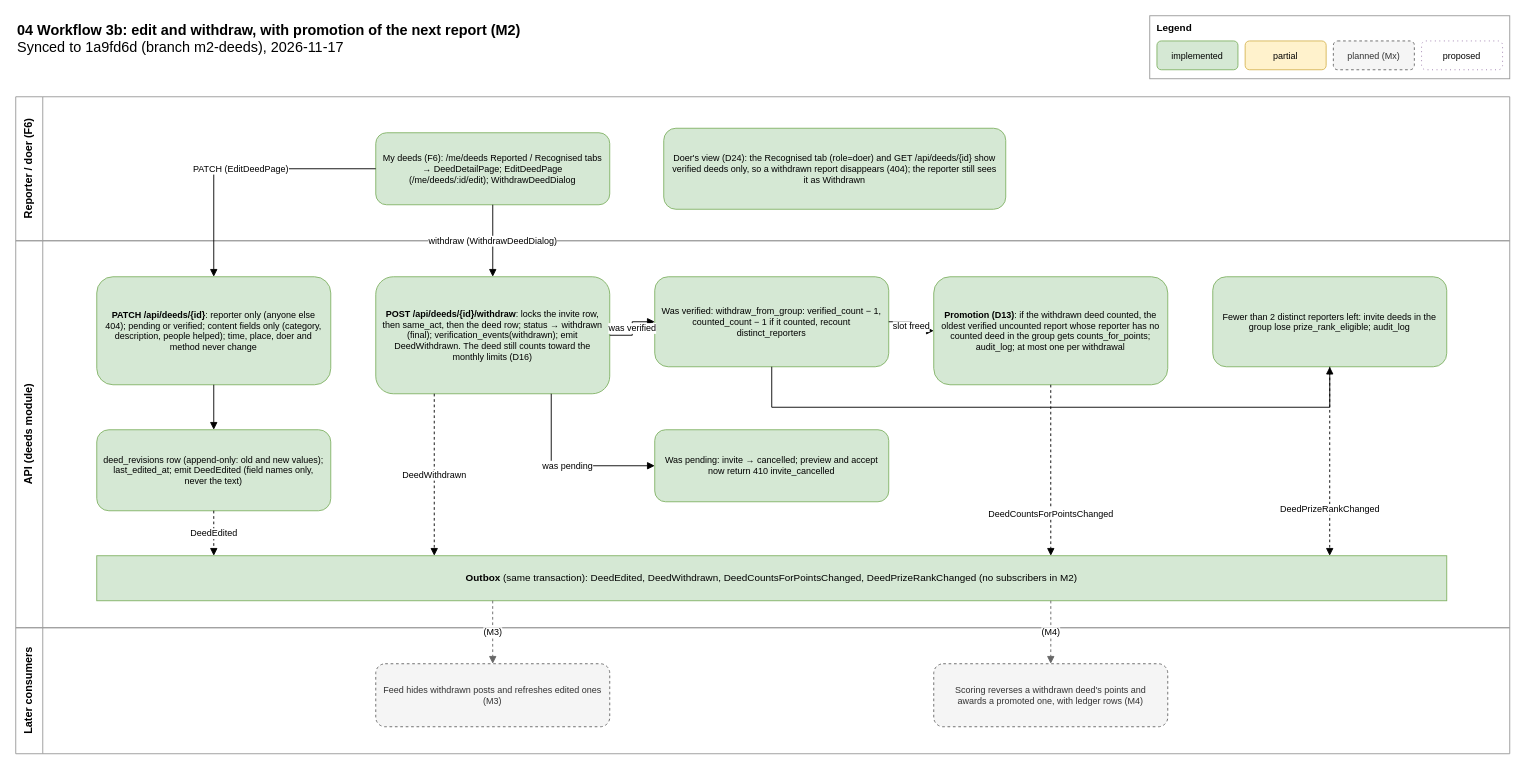
Ismail94M/Good-Deeds keeps this draw.io diagram as page "3b Edit and withdraw (M2)" (6 of 10) of docs/architecture/04-workflows.drawio. Above is the earlier version. Source tidied: cells renumbered, new cells numbered last; positions are measured from the earlier drawing's top-left corner, leaving out a move shared by most shapes. Both pictures are drawn from the tidied source at 90%, with x=0, y=0 at pixel (15, 15).
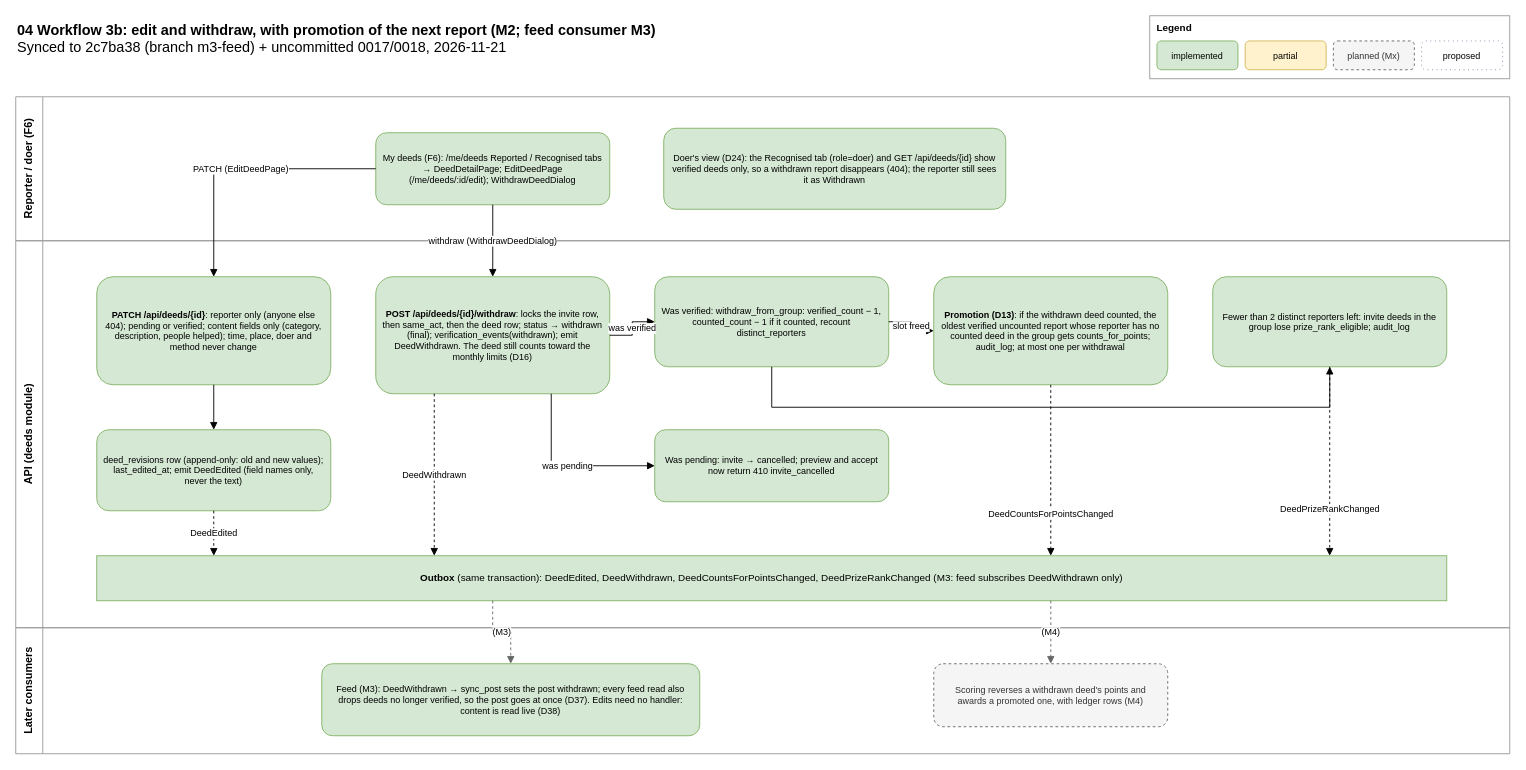
The same page after the edit.

What changed in the source:
```diff
@@
-    <mxCell id="2" value="&lt;b&gt;04 Workflow 3b: edit and withdraw, with promotion of the next report (M2)&lt;/b&gt;&lt;br&gt;Synced to 1a9fd6d (branch m2-deeds), 2026-11-17" style="text;html=1;align=left;verticalAlign=top;fontSize=16;strokeColor=none;fillColor=none;" parent="1" vertex="1">
+    <mxCell id="2" value="&lt;b&gt;04 Workflow 3b: edit and withdraw, with promotion of the next report (M2; feed consumer M3)&lt;/b&gt;&lt;br&gt;Synced to 2c7ba38 (branch m3-feed) + uncommitted 0017/0018, 2026-11-21" style="text;html=1;align=left;verticalAlign=top;fontSize=16;strokeColor=none;fillColor=none;" parent="1" vertex="1">
       <mxGeometry width="1000" height="50" as="geometry" />
     </mxCell>
@@
-    <mxCell id="20" value="&lt;b&gt;Outbox&lt;/b&gt; (same transaction): DeedEdited, DeedWithdrawn, DeedCountsForPointsChanged, DeedPrizeRankChanged (no subscribers in M2)" style="rounded=0;whiteSpace=wrap;html=1;fontSize=11;fillColor=#d5e8d4;strokeColor=#82b366;" parent="1" vertex="1">
+    <mxCell id="20" value="&lt;b&gt;Outbox&lt;/b&gt; (same transaction): DeedEdited, DeedWithdrawn, DeedCountsForPointsChanged, DeedPrizeRankChanged (M3: feed subscribes DeedWithdrawn only)" style="rounded=0;whiteSpace=wrap;html=1;fontSize=11;fillColor=#d5e8d4;strokeColor=#82b366;" parent="1" vertex="1">
       <mxGeometry x="90" y="600" width="1500" height="50" as="geometry" />
     </mxCell>
-    <mxCell id="21" value="Feed hides withdrawn posts and refreshes edited ones (M3)" style="rounded=1;whiteSpace=wrap;html=1;fontSize=10;spacing=8;fillColor=#f5f5f5;strokeColor=#666666;fontColor=#333333;dashed=1;" parent="1" vertex="1">
-      <mxGeometry x="400" y="720" width="260" height="70" as="geometry" />
+    <mxCell id="21" value="Feed (M3): DeedWithdrawn → sync_post sets the post withdrawn; every feed read also drops deeds no longer verified, so the post goes at once (D37). Edits need no handler: content is read live (D38)" style="rounded=1;whiteSpace=wrap;html=1;fontSize=10;spacing=8;fillColor=#d5e8d4;strokeColor=#82b366;" parent="1" vertex="1">
+      <mxGeometry x="340" y="720" width="420" height="80" as="geometry" />
     </mxCell>
```
